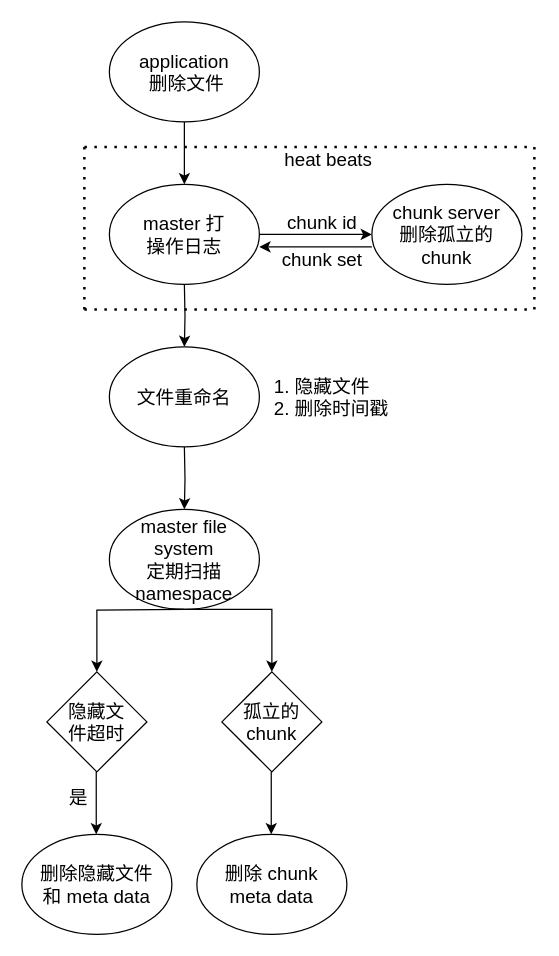
This is garbage collection.drawio from ywq1113/scripts, a draw.io file, before an edit. Source tidied: cells renumbered, new cells numbered last; positions are measured from the earlier drawing's top-left corner, leaving out a move shared by most shapes. Both pictures are drawn from the tidied source at 125%, with x=0, y=0 at pixel (21, 21).
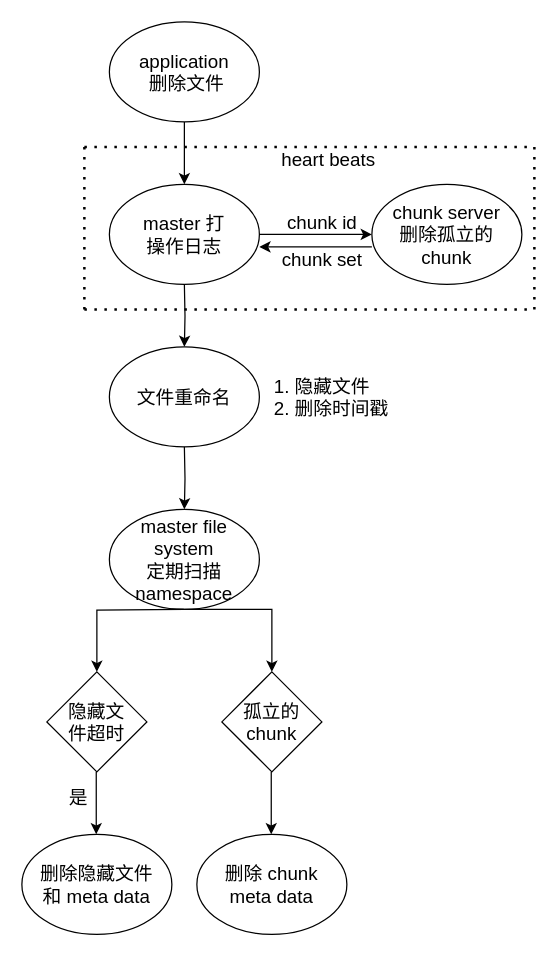
The same page after the edit.

Change to the diagram source:
```diff
@@
-    <mxCell id="22" value="&lt;font style=&quot;font-size: 15px&quot;&gt;heat beats&lt;/font&gt;" style="text;html=1;align=center;verticalAlign=middle;" parent="1" vertex="1">
+    <mxCell id="22" value="&lt;font style=&quot;font-size: 15px&quot;&gt;heart beats&lt;/font&gt;" style="text;html=1;align=center;verticalAlign=middle;" parent="1" vertex="1">
       <mxGeometry x="200" y="100" width="90" height="20" as="geometry" />
     </mxCell>
```
